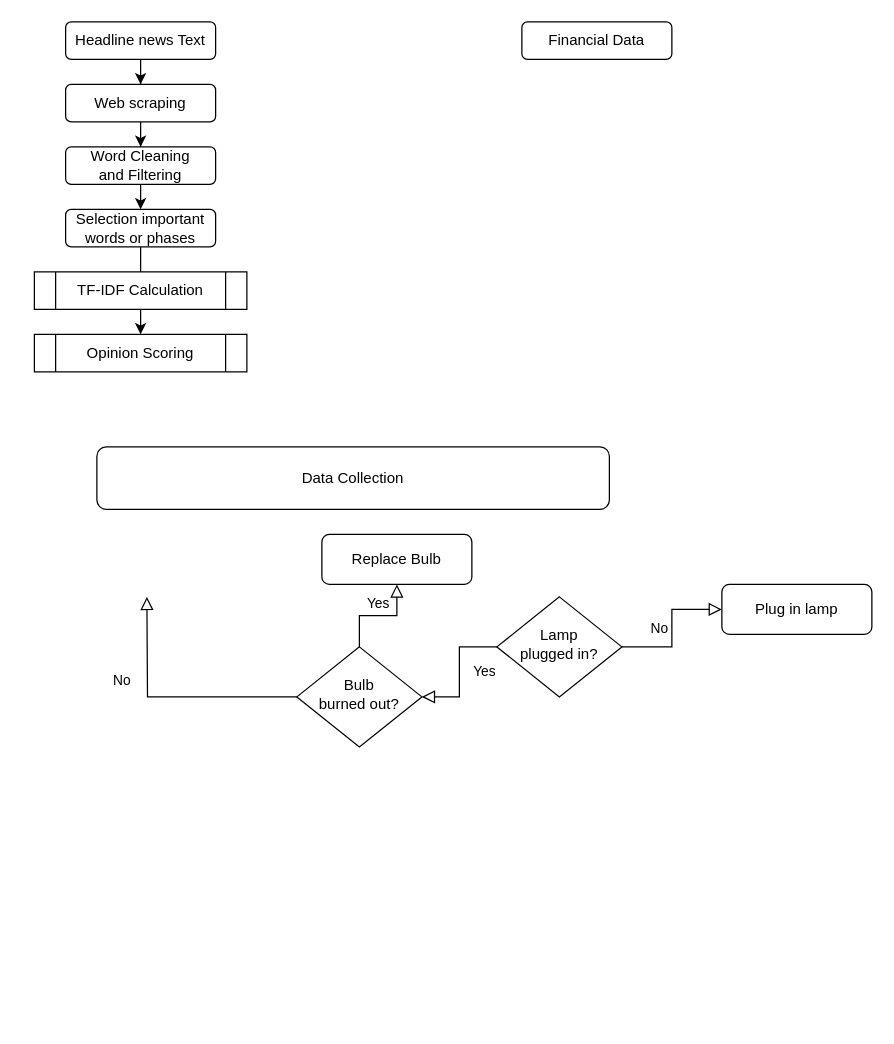
Before: Untitled Diagram.drawio in Watcharachai/Beginner-Code, a draw.io diagram. Source tidied: cells renumbered, new cells numbered last; positions are measured from the earlier drawing's top-left corner, leaving out a move shared by most shapes. Both pictures are drawn from the tidied source at 125%, with x=0, y=0 at pixel (34, 21).
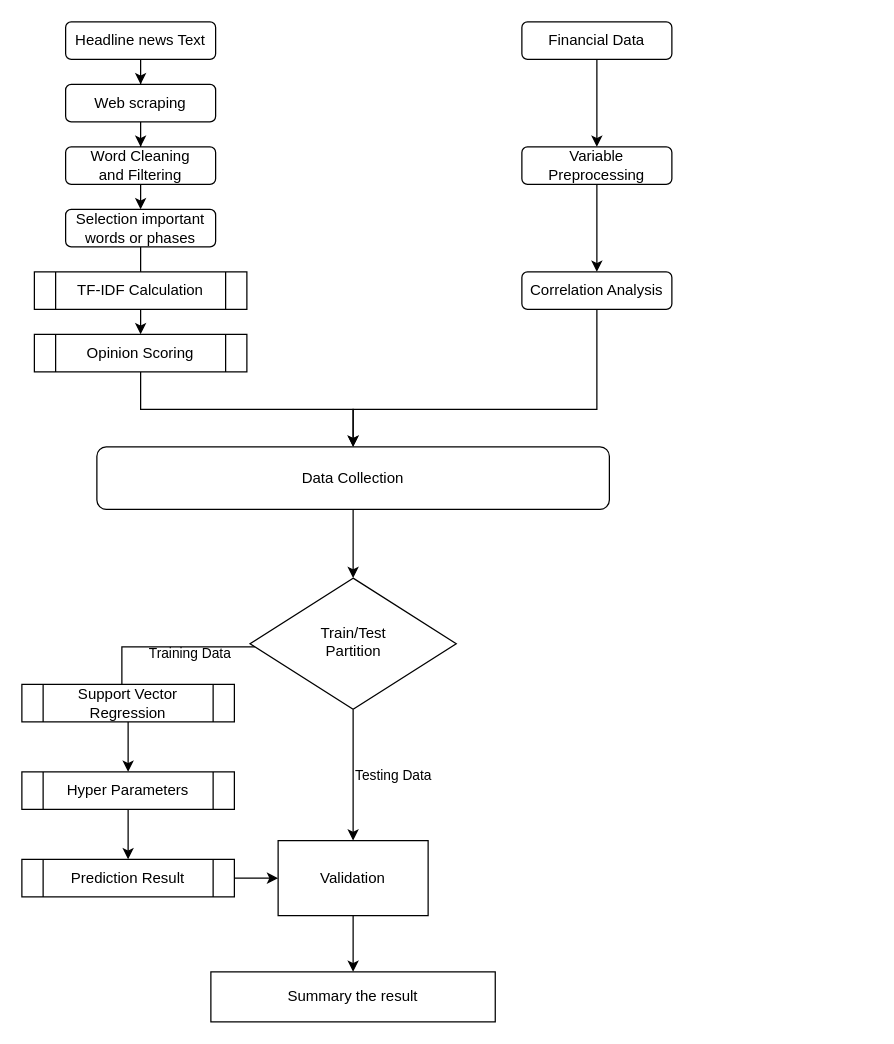
The same page after the edit.

The change refers to these unchanged cells:
```xml
<mxCell id="19" value="Opinion Scoring" style="shape=process;whiteSpace=wrap;html=1;backgroundOutline=1;" parent="1" vertex="1">
  <mxGeometry y="250" width="170" height="30" as="geometry" />
</mxCell>
<mxCell id="20" value="Data Collection" style="rounded=1;whiteSpace=wrap;html=1;" parent="1" vertex="1">
  <mxGeometry x="50" y="340" width="410" height="50" as="geometry" />
</mxCell>
<mxCell id="21" value="Financial Data" style="rounded=1;whiteSpace=wrap;html=1;fontSize=12;glass=0;strokeWidth=1;shadow=0;" parent="1" vertex="1">
  <mxGeometry x="390" width="120" height="30" as="geometry" />
</mxCell>
```

What changed in the source:
```diff
@@
-    <mxCell id="4" value="Yes" style="rounded=0;html=1;jettySize=auto;fontSize=11;endArrow=block;endFill=0;endSize=8;strokeWidth=1;shadow=0;labelBackgroundColor=none;edgeStyle=orthogonalEdgeStyle;" parent="1" edge="1" source="6" target="10">
-      <mxGeometry y="20" relative="1" as="geometry" />
-    </mxCell>
-    <mxCell id="5" value="No" style="edgeStyle=orthogonalEdgeStyle;rounded=0;html=1;jettySize=auto;fontSize=11;endArrow=block;endFill=0;endSize=8;strokeWidth=1;shadow=0;labelBackgroundColor=none;" parent="1" edge="1" source="6" target="7">
-      <mxGeometry y="10" relative="1" as="geometry" />
-    </mxCell>
-    <mxCell id="6" value="Lamp&lt;br&gt;plugged in?" style="rhombus;whiteSpace=wrap;html=1;shadow=0;fontFamily=Helvetica;fontSize=12;align=center;strokeWidth=1;spacing=6;spacingTop=-4;" parent="1" vertex="1">
-      <mxGeometry x="370" y="460" width="100" height="80" as="geometry" />
-    </mxCell>
-    <mxCell id="7" value="Plug in lamp" style="rounded=1;whiteSpace=wrap;html=1;fontSize=12;glass=0;strokeWidth=1;shadow=0;" parent="1" vertex="1">
-      <mxGeometry x="550" y="450" width="120" height="40" as="geometry" />
-    </mxCell>
-    <mxCell id="8" value="No" style="rounded=0;html=1;jettySize=auto;fontSize=11;endArrow=block;endFill=0;endSize=8;strokeWidth=1;shadow=0;labelBackgroundColor=none;edgeStyle=orthogonalEdgeStyle;" parent="1" edge="1" source="10">
+    <mxCell id="8" value="Training Data" style="rounded=0;html=1;jettySize=auto;fontSize=11;endArrow=block;endFill=0;endSize=8;strokeWidth=1;shadow=0;labelBackgroundColor=none;edgeStyle=orthogonalEdgeStyle;align=left;" parent="1" edge="1" source="10">
       <mxGeometry x="0.33" y="20" relative="1" as="geometry">
-        <mxPoint x="90" y="460" as="targetPoint" />
+        <mxPoint x="70" y="560" as="targetPoint" />
+        <Array as="points">
+          <mxPoint x="70" y="500" />
+        </Array>
       </mxGeometry>
     </mxCell>
-    <mxCell id="9" value="Yes" style="edgeStyle=orthogonalEdgeStyle;rounded=0;html=1;jettySize=auto;fontSize=11;endArrow=block;endFill=0;endSize=8;strokeWidth=1;shadow=0;labelBackgroundColor=none;" parent="1" edge="1" source="10" target="11">
-      <mxGeometry y="10" relative="1" as="geometry" />
-    </mxCell>
+    <mxCell id="22" value="Testing Data" style="edgeStyle=orthogonalEdgeStyle;rounded=0;jettySize=auto;html=1;align=left;" parent="1" edge="1" source="10" target="37">
+      <mxGeometry relative="1" as="geometry" />
+    </mxCell>
-    <mxCell id="10" value="Bulb&lt;br&gt;burned out?" style="rhombus;whiteSpace=wrap;html=1;shadow=0;fontFamily=Helvetica;fontSize=12;align=center;strokeWidth=1;spacing=6;spacingTop=-4;" parent="1" vertex="1">
-      <mxGeometry x="210" y="500" width="100" height="80" as="geometry" />
+    <mxCell id="10" value="Train/Test&lt;br&gt;Partition" style="rhombus;whiteSpace=wrap;html=1;shadow=0;fontFamily=Helvetica;fontSize=12;align=center;strokeWidth=1;spacing=6;spacingTop=-4;" parent="1" vertex="1">
+      <mxGeometry x="172.5" y="445" width="165" height="105" as="geometry" />
     </mxCell>
-    <mxCell id="11" value="Replace Bulb" style="rounded=1;whiteSpace=wrap;html=1;fontSize=12;glass=0;strokeWidth=1;shadow=0;" parent="1" vertex="1">
-      <mxGeometry x="230" y="410" width="120" height="40" as="geometry" />
-    </mxCell>
@@
+    <mxCell id="23" style="edgeStyle=orthogonalEdgeStyle;rounded=0;jettySize=auto;html=1;exitX=0.5;exitY=1;exitDx=0;exitDy=0;" parent="1" edge="1" source="19" target="20">
+      <mxGeometry relative="1" as="geometry" />
+    </mxCell>
@@
+    <mxCell id="24" style="edgeStyle=orthogonalEdgeStyle;rounded=0;jettySize=auto;html=1;entryX=0.5;entryY=0;entryDx=0;entryDy=0;" parent="1" edge="1" source="20" target="10">
+      <mxGeometry relative="1" as="geometry" />
+    </mxCell>
@@
+    <mxCell id="25" style="edgeStyle=orthogonalEdgeStyle;rounded=0;jettySize=auto;html=1;" parent="1" edge="1" source="21" target="27">
+      <mxGeometry relative="1" as="geometry" />
+    </mxCell>
@@
+    <mxCell id="26" style="edgeStyle=orthogonalEdgeStyle;rounded=0;jettySize=auto;html=1;" parent="1" edge="1" source="27" target="29">
+      <mxGeometry relative="1" as="geometry" />
+    </mxCell>
+    <mxCell id="27" value="Variable Preprocessing" style="rounded=1;whiteSpace=wrap;html=1;fontSize=12;glass=0;strokeWidth=1;shadow=0;" parent="1" vertex="1">
+      <mxGeometry x="390" y="100" width="120" height="30" as="geometry" />
+    </mxCell>
+    <mxCell id="28" style="edgeStyle=orthogonalEdgeStyle;rounded=0;jettySize=auto;html=1;entryX=0.5;entryY=0;entryDx=0;entryDy=0;" parent="1" edge="1" source="29" target="20">
+      <mxGeometry relative="1" as="geometry">
+        <Array as="points">
+          <mxPoint x="450" y="310" />
+          <mxPoint x="255" y="310" />
+        </Array>
+      </mxGeometry>
+    </mxCell>
+    <mxCell id="29" value="Correlation Analysis" style="rounded=1;whiteSpace=wrap;html=1;fontSize=12;glass=0;strokeWidth=1;shadow=0;" parent="1" vertex="1">
+      <mxGeometry x="390" y="200" width="120" height="30" as="geometry" />
+    </mxCell>
+    <mxCell id="30" style="edgeStyle=orthogonalEdgeStyle;rounded=0;jettySize=auto;html=1;" parent="1" edge="1" source="31" target="33">
+      <mxGeometry relative="1" as="geometry" />
+    </mxCell>
+    <mxCell id="31" value="Support Vector Regression" style="shape=process;whiteSpace=wrap;html=1;backgroundOutline=1;" parent="1" vertex="1">
+      <mxGeometry x="-10" y="530" width="170" height="30" as="geometry" />
+    </mxCell>
+    <mxCell id="32" style="edgeStyle=orthogonalEdgeStyle;rounded=0;jettySize=auto;html=1;entryX=0.5;entryY=0;entryDx=0;entryDy=0;" parent="1" edge="1" source="33" target="35">
+      <mxGeometry relative="1" as="geometry" />
+    </mxCell>
+    <mxCell id="33" value="Hyper Parameters" style="shape=process;whiteSpace=wrap;html=1;backgroundOutline=1;" parent="1" vertex="1">
+      <mxGeometry x="-10" y="600" width="170" height="30" as="geometry" />
+    </mxCell>
+    <mxCell id="34" style="edgeStyle=orthogonalEdgeStyle;rounded=0;jettySize=auto;html=1;" parent="1" edge="1" source="35" target="37">
+      <mxGeometry relative="1" as="geometry" />
+    </mxCell>
+    <mxCell id="35" value="Prediction Result" style="shape=process;whiteSpace=wrap;html=1;backgroundOutline=1;" parent="1" vertex="1">
+      <mxGeometry x="-10" y="670" width="170" height="30" as="geometry" />
+    </mxCell>
+    <mxCell id="36" style="edgeStyle=orthogonalEdgeStyle;rounded=0;jettySize=auto;html=1;" parent="1" edge="1" source="37">
+      <mxGeometry relative="1" as="geometry">
+        <mxPoint x="255" y="760" as="targetPoint" />
+      </mxGeometry>
+    </mxCell>
+    <mxCell id="37" value="Validation" style="rounded=0;whiteSpace=wrap;html=1;" parent="1" vertex="1">
+      <mxGeometry x="195" y="655" width="120" height="60" as="geometry" />
+    </mxCell>
+    <mxCell id="38" value="Summary the result" style="rounded=0;whiteSpace=wrap;html=1;" parent="1" vertex="1">
+      <mxGeometry x="141.2" y="760" width="227.5" height="40" as="geometry" />
+    </mxCell>
```
